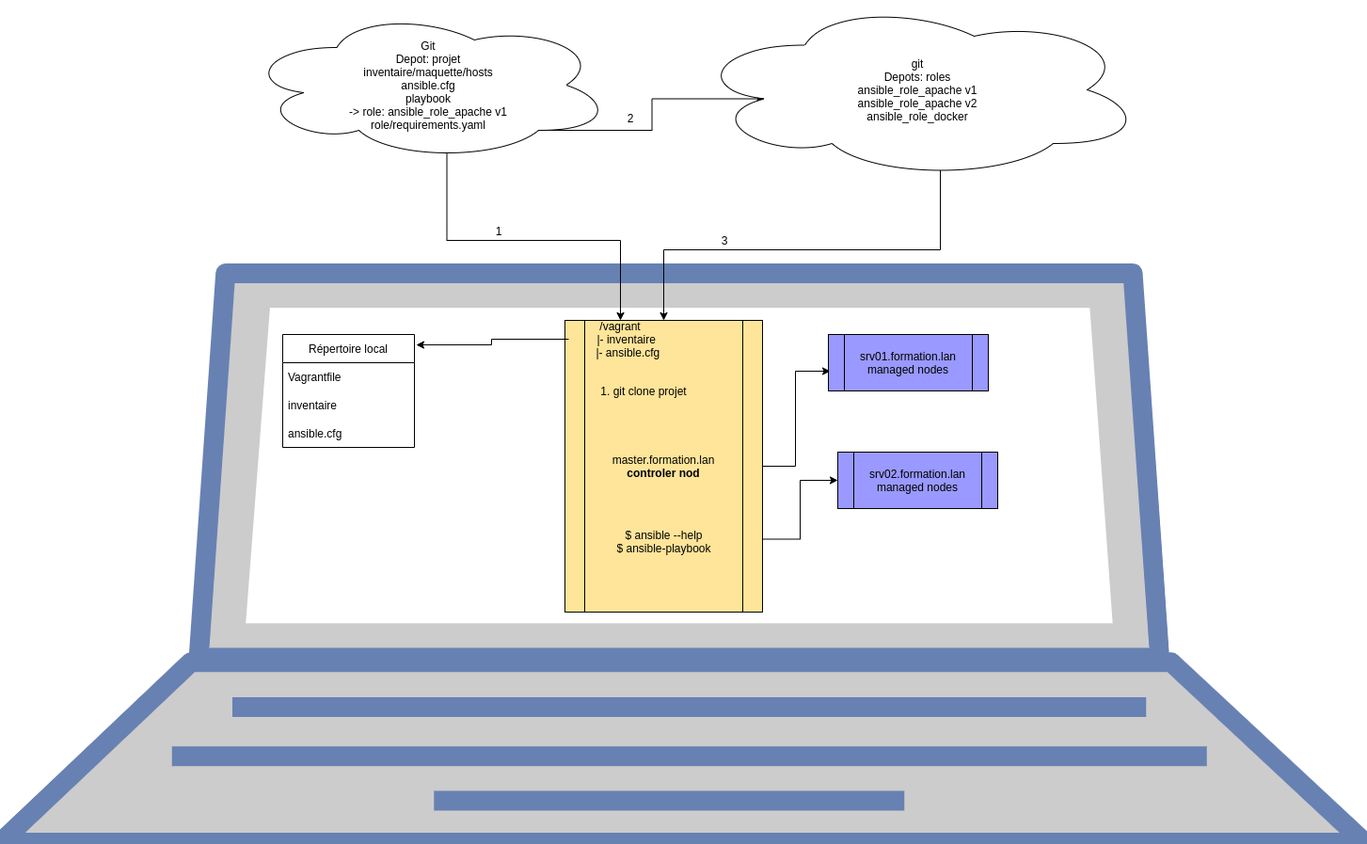
Earlier version of the draw.io export Maquette_vagrant_ansible.png (alain01/ansible-formation). Source tidied: cells renumbered, new cells last; positions are measured from the earlier drawing's top-left corner, leaving out a move shared by most shapes.
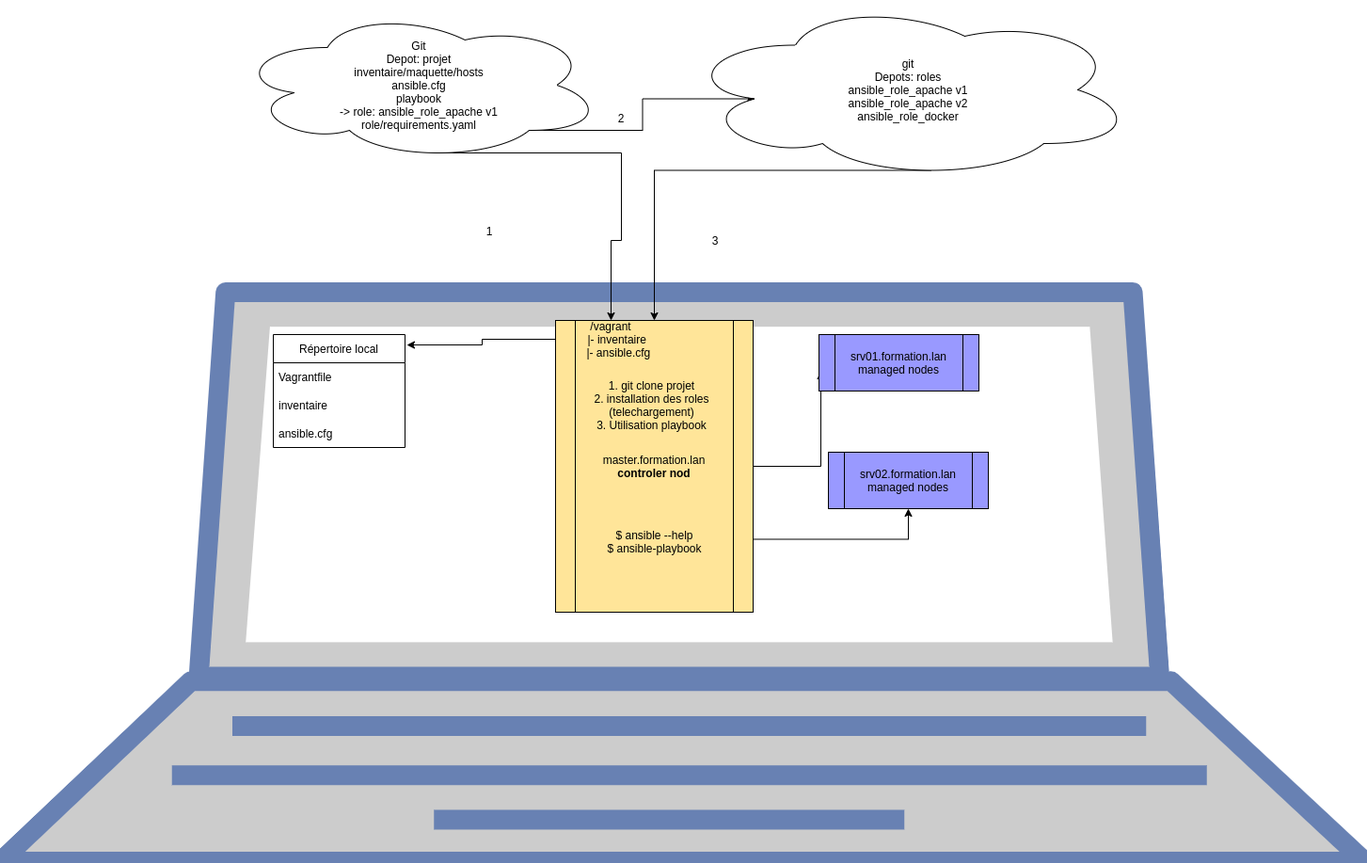
The same diagram one commit later.

Commit message:
TP5 : install docker

Diff of the diagram source:
```diff
@@ -3,17 +3,18 @@
     <mxCell id="0" />
     <mxCell id="1" parent="0" />
     <mxCell id="2" style="fontColor=#0066CC;verticalAlign=top;verticalLabelPosition=bottom;labelPosition=center;align=center;html=1;fillColor=#CCCCCC;strokeColor=#6881B3;gradientColor=none;gradientDirection=north;strokeWidth=2;shape=mxgraph.networks.laptop;" parent="1" vertex="1">
-      <mxGeometry y="290" width="1450" height="605" as="geometry" />
+      <mxGeometry x="10" y="310" width="1450" height="605" as="geometry" />
     </mxCell>
-    <mxCell id="3" style="edgeStyle=orthogonalEdgeStyle;rounded=0;jettySize=auto;html=1;exitX=1;exitY=0.5;exitDx=0;exitDy=0;entryX=0.012;entryY=0.65;entryDx=0;entryDy=0;entryPerimeter=0;" parent="1" edge="1" source="5" target="6">
-      <mxGeometry relative="1" as="geometry" />
+    <mxCell id="3" style="edgeStyle=orthogonalEdgeStyle;rounded=0;jettySize=auto;html=1;exitX=1;exitY=0.5;exitDx=0;exitDy=0;entryX=0.012;entryY=0.65;entryDx=0;entryDy=0;entryPerimeter=0;" parent="1" edge="1" target="6">
+      <mxGeometry relative="1" as="geometry">
+        <mxPoint x="810" y="495" as="sourcePoint" />
+      </mxGeometry>
     </mxCell>
-    <mxCell id="4" style="edgeStyle=orthogonalEdgeStyle;rounded=0;jettySize=auto;html=1;exitX=1;exitY=0.75;exitDx=0;exitDy=0;" parent="1" edge="1" source="5" target="7">
-      <mxGeometry relative="1" as="geometry" />
+    <mxCell id="4" style="edgeStyle=orthogonalEdgeStyle;rounded=0;jettySize=auto;html=1;exitX=1;exitY=0.75;exitDx=0;exitDy=0;" parent="1" edge="1" target="7">
+      <mxGeometry relative="1" as="geometry">
+        <mxPoint x="810" y="572.5" as="sourcePoint" />
+      </mxGeometry>
     </mxCell>
-    <mxCell id="5" value="master.formation.lan&lt;br&gt;&lt;b&gt;controler nod&lt;br&gt;&lt;/b&gt;" style="shape=process;whiteSpace=wrap;html=1;backgroundOutline=1;fillColor=#FFE599;" parent="1" vertex="1">
-      <mxGeometry x="600" y="340" width="210" height="310" as="geometry" />
-    </mxCell>
     <mxCell id="6" value="srv01.formation.lan&lt;br&gt;managed nodes" style="shape=process;whiteSpace=wrap;html=1;backgroundOutline=1;fillColor=#9999FF;" parent="1" vertex="1">
       <mxGeometry x="880" y="355" width="170" height="60" as="geometry" />
     </mxCell>
@@ -32,17 +33,15 @@
     <mxCell id="11" value="ansible.cfg" style="text;strokeColor=none;fillColor=none;align=left;verticalAlign=middle;spacingLeft=4;spacingRight=4;overflow=hidden;" parent="8" vertex="1">
       <mxGeometry y="90" width="140" height="30" as="geometry" />
     </mxCell>
-    <mxCell id="12" style="edgeStyle=orthogonalEdgeStyle;rounded=0;jettySize=auto;html=1;exitX=0;exitY=0.5;exitDx=0;exitDy=0;entryX=1.014;entryY=0.092;entryDx=0;entryDy=0;entryPerimeter=0;" parent="1" edge="1" source="13" target="8">
-      <mxGeometry relative="1" as="geometry" />
+    <mxCell id="12" style="edgeStyle=orthogonalEdgeStyle;rounded=0;jettySize=auto;html=1;exitX=0;exitY=0.5;exitDx=0;exitDy=0;entryX=1.014;entryY=0.092;entryDx=0;entryDy=0;entryPerimeter=0;" parent="1" edge="1" target="8">
+      <mxGeometry relative="1" as="geometry">
+        <mxPoint x="604" y="360" as="sourcePoint" />
+      </mxGeometry>
     </mxCell>
-    <mxCell id="13" value="/vagrant&lt;br&gt;&amp;nbsp; &amp;nbsp; |- inventaire&lt;br&gt;&amp;nbsp; &amp;nbsp; &amp;nbsp;|- ansible.cfg" style="text;html=1;strokeColor=none;fillColor=none;align=center;verticalAlign=middle;whiteSpace=wrap;rounded=0;" parent="1" vertex="1">
-      <mxGeometry x="604" y="340" width="110" height="40" as="geometry" />
-    </mxCell>
-    <mxCell id="14" value="$ ansible --help&lt;br&gt;$ ansible-playbook" style="text;html=1;strokeColor=none;fillColor=none;align=center;verticalAlign=middle;whiteSpace=wrap;rounded=0;" parent="1" vertex="1">
-      <mxGeometry x="627.5" y="560" width="155" height="30" as="geometry" />
-    </mxCell>
-    <mxCell id="15" style="edgeStyle=orthogonalEdgeStyle;rounded=0;jettySize=auto;html=1;exitX=0.55;exitY=0.95;exitDx=0;exitDy=0;exitPerimeter=0;" parent="1" edge="1" source="17" target="13">
-      <mxGeometry relative="1" as="geometry" />
+    <mxCell id="15" style="edgeStyle=orthogonalEdgeStyle;rounded=0;jettySize=auto;html=1;exitX=0.55;exitY=0.95;exitDx=0;exitDy=0;exitPerimeter=0;" parent="1" edge="1" source="17">
+      <mxGeometry relative="1" as="geometry">
+        <mxPoint x="659" y="340" as="targetPoint" />
+      </mxGeometry>
     </mxCell>
     <mxCell id="16" style="edgeStyle=orthogonalEdgeStyle;rounded=0;jettySize=auto;html=1;exitX=0.8;exitY=0.8;exitDx=0;exitDy=0;exitPerimeter=0;entryX=0.16;entryY=0.55;entryDx=0;entryDy=0;entryPerimeter=0;" parent="1" edge="1" source="17" target="19">
       <mxGeometry relative="1" as="geometry" />
@@ -50,15 +49,14 @@
     <mxCell id="17" value="Git&lt;br&gt;Depot: projet&lt;br&gt;inventaire/maquette/hosts&lt;br&gt;ansible.cfg&lt;br&gt;playbook&lt;br&gt;-&amp;gt; role: ansible_role_apache v1&lt;br&gt;role/requirements.yaml" style="ellipse;shape=cloud;whiteSpace=wrap;html=1;" parent="1" vertex="1">
       <mxGeometry x="260" y="10" width="390" height="160" as="geometry" />
     </mxCell>
-    <mxCell id="18" style="edgeStyle=orthogonalEdgeStyle;rounded=0;jettySize=auto;html=1;exitX=0.55;exitY=0.95;exitDx=0;exitDy=0;exitPerimeter=0;" parent="1" edge="1" source="19" target="5">
-      <mxGeometry relative="1" as="geometry" />
+    <mxCell id="18" style="edgeStyle=orthogonalEdgeStyle;rounded=0;jettySize=auto;html=1;exitX=0.55;exitY=0.95;exitDx=0;exitDy=0;exitPerimeter=0;" parent="1" edge="1" source="19">
+      <mxGeometry relative="1" as="geometry">
+        <mxPoint x="705" y="340" as="targetPoint" />
+      </mxGeometry>
     </mxCell>
     <mxCell id="19" value="git&lt;br&gt;Depots: roles&lt;br&gt;ansible_role_apache v1&lt;br&gt;ansible_role_apache v2&lt;br&gt;ansible_role_docker" style="ellipse;shape=cloud;whiteSpace=wrap;html=1;" parent="1" vertex="1">
       <mxGeometry x="735" width="480" height="190" as="geometry" />
     </mxCell>
-    <mxCell id="20" value="1. git clone projet" style="text;html=1;strokeColor=none;fillColor=none;align=center;verticalAlign=middle;whiteSpace=wrap;rounded=0;" parent="1" vertex="1">
-      <mxGeometry x="604" y="400" width="160" height="30" as="geometry" />
-    </mxCell>
     <mxCell id="21" value="1" style="text;html=1;strokeColor=none;fillColor=none;align=center;verticalAlign=middle;whiteSpace=wrap;rounded=0;" parent="1" vertex="1">
       <mxGeometry x="500" y="230" width="60" height="30" as="geometry" />
     </mxCell>
@@ -68,5 +66,17 @@
     <mxCell id="23" value="3" style="text;html=1;strokeColor=none;fillColor=none;align=center;verticalAlign=middle;whiteSpace=wrap;rounded=0;" parent="1" vertex="1">
       <mxGeometry x="740" y="240" width="60" height="30" as="geometry" />
     </mxCell>
+    <mxCell id="5" value="master.formation.lan&lt;br&gt;&lt;b&gt;controler nod&lt;br&gt;&lt;/b&gt;" style="shape=process;whiteSpace=wrap;html=1;backgroundOutline=1;fillColor=#FFE599;" parent="1" vertex="1">
+      <mxGeometry x="600" y="340" width="210" height="310" as="geometry" />
+    </mxCell>
+    <mxCell id="13" value="/vagrant&lt;br&gt;&amp;nbsp; &amp;nbsp; |- inventaire&lt;br&gt;&amp;nbsp; &amp;nbsp; &amp;nbsp;|- ansible.cfg" style="text;html=1;strokeColor=none;fillColor=none;align=center;verticalAlign=middle;whiteSpace=wrap;rounded=0;" parent="1" vertex="1">
+      <mxGeometry x="604" y="340" width="110" height="40" as="geometry" />
+    </mxCell>
+    <mxCell id="14" value="$ ansible --help&lt;br&gt;$ ansible-playbook" style="text;html=1;strokeColor=none;fillColor=none;align=center;verticalAlign=middle;whiteSpace=wrap;rounded=0;" parent="1" vertex="1">
+      <mxGeometry x="627.5" y="560" width="155" height="30" as="geometry" />
+    </mxCell>
+    <mxCell id="24" value="1. git clone projet&lt;br&gt;2. installation des roles (telechargement)&lt;br&gt;3. Utilisation playbook" style="text;html=1;strokeColor=none;fillColor=none;align=center;verticalAlign=middle;whiteSpace=wrap;rounded=0;" parent="1" vertex="1">
+      <mxGeometry x="595" y="415" width="215" height="30" as="geometry" />
+    </mxCell>
   </root>
 </mxGraphModel>
```
